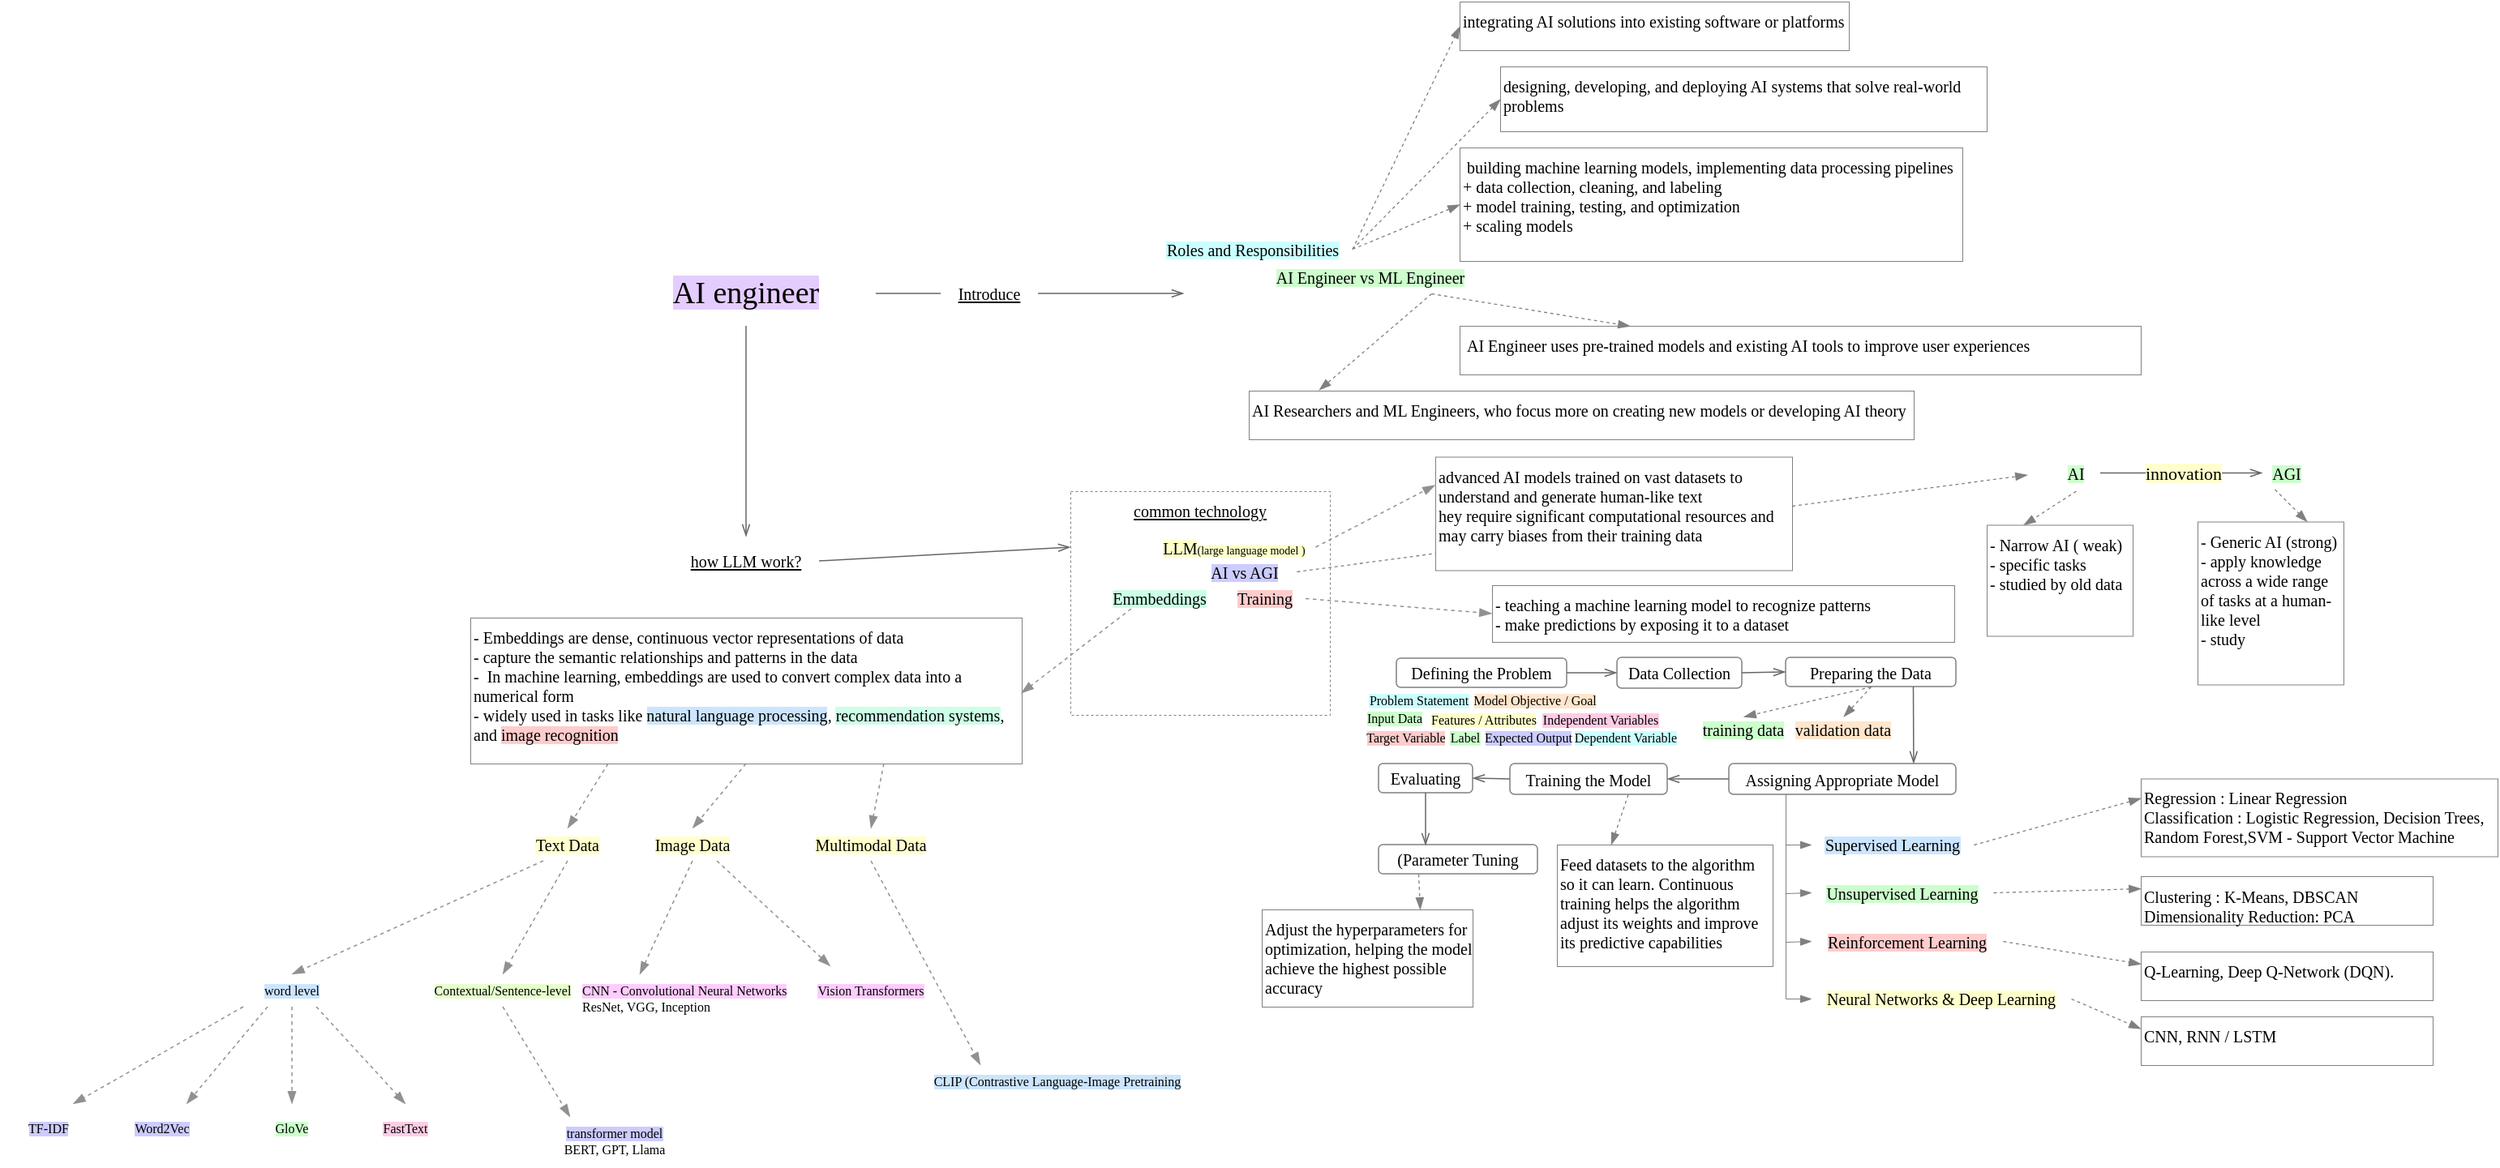
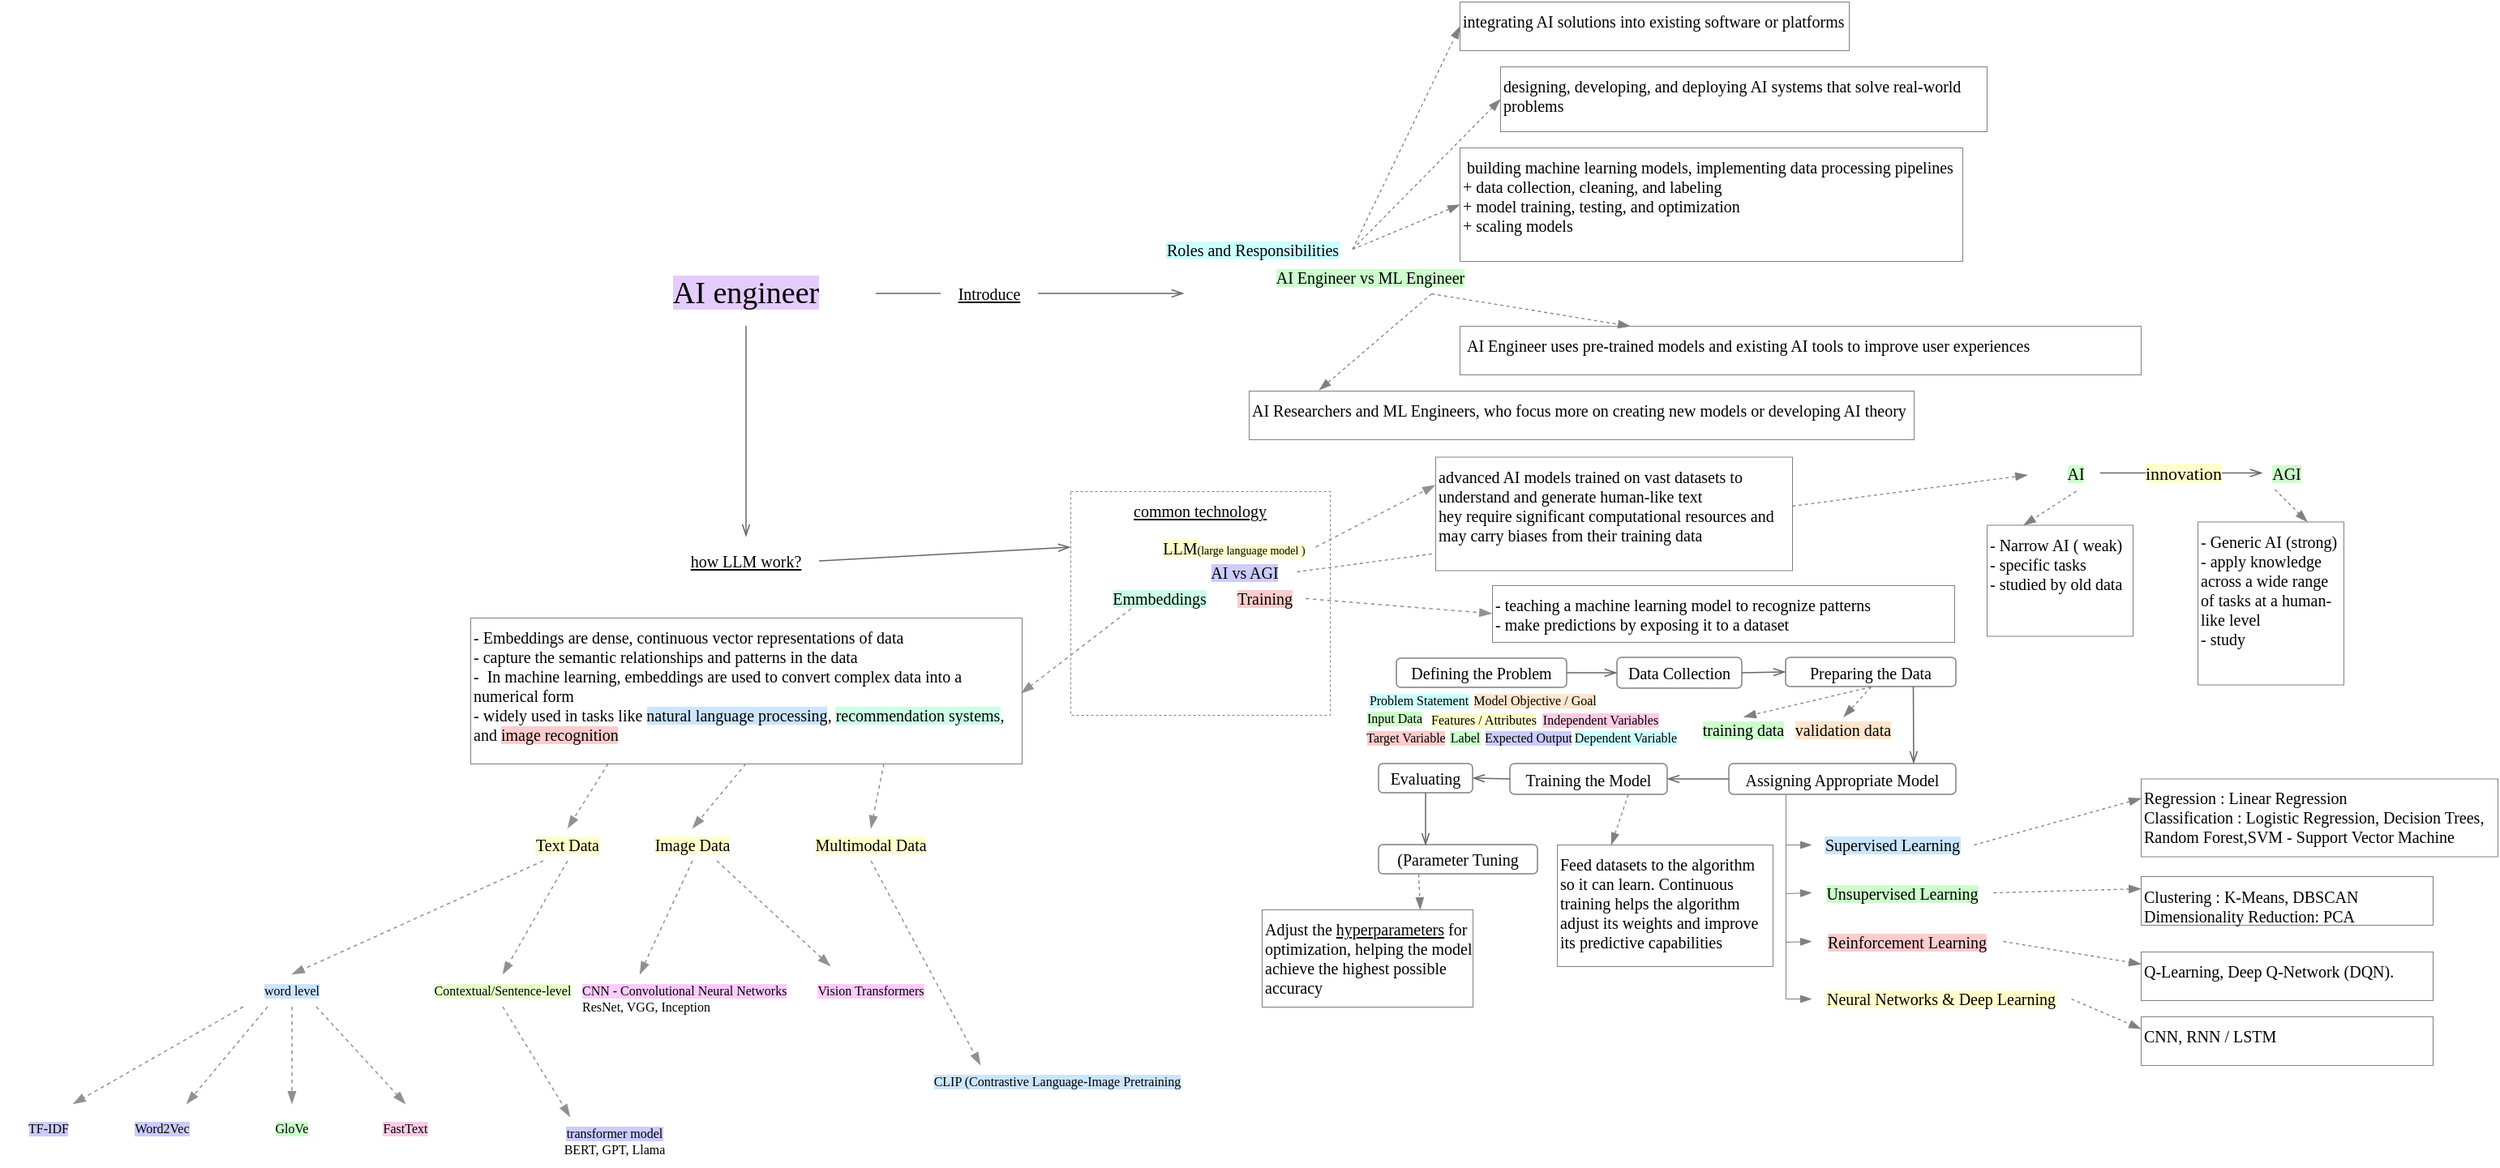
<mxfile host="app.diagrams.net" agent="Mozilla/5.0 (Macintosh; Intel Mac OS X 10_15_7) AppleWebKit/537.36 (KHTML, like Gecko) draw.io/29.3.0 Chrome/140.0.7339.249 Electron/38.7.2 Safari/537.36">
  <diagram name="Page-1" id="n3nyEJ4kgbD7jWuKOy95">
-     <mxGraphModel dx="440" dy="205" grid="1" gridSize="10" guides="1" tooltips="1" connect="1" arrows="1" fold="1" page="1" pageScale="1" pageWidth="827" pageHeight="1169" math="0" shadow="0">
+     <mxGraphModel dx="514" dy="240" grid="1" gridSize="10" guides="1" tooltips="1" connect="1" arrows="1" fold="1" page="1" pageScale="1" pageWidth="827" pageHeight="1169" math="0" shadow="0">
      <root>
        <mxCell id="0" />
        <mxCell id="1" parent="0" />
        <mxCell id="48Jv2C9wjBzbgeSbcpPr-1" parent="1" style="text;html=1;whiteSpace=wrap;strokeColor=none;fillColor=none;align=center;verticalAlign=middle;rounded=0;fontFamily=Comic Sans MS;fontSize=19;" value="&lt;span style=&quot;background-color: rgb(229, 204, 255);&quot;&gt;AI engineer&lt;/span&gt;" vertex="1">
          <mxGeometry height="40" width="160" x="400" y="360" as="geometry" />
        </mxCell>
        <mxCell id="48Jv2C9wjBzbgeSbcpPr-3" parent="1" style="text;html=1;whiteSpace=wrap;strokeColor=none;fillColor=none;align=center;verticalAlign=middle;rounded=0;fontFamily=Comic Sans MS;fontSize=10;fontStyle=4" value="how LLM work?" vertex="1">
          <mxGeometry height="30" width="90" x="435" y="530" as="geometry" />
        </mxCell>
        <mxCell id="48Jv2C9wjBzbgeSbcpPr-6" edge="1" parent="1" source="48Jv2C9wjBzbgeSbcpPr-1" style="endArrow=openThin;html=1;rounded=0;strokeWidth=0.75;endFill=0;strokeColor=#666666;exitX=0.5;exitY=1;exitDx=0;exitDy=0;entryX=0.5;entryY=0;entryDx=0;entryDy=0;fontFamily=Comic Sans MS;" target="48Jv2C9wjBzbgeSbcpPr-3" value="">
          <mxGeometry height="50" relative="1" width="50" as="geometry">
            <mxPoint x="390" y="450" as="sourcePoint" />
            <mxPoint x="440" y="400" as="targetPoint" />
          </mxGeometry>
        </mxCell>
        <mxCell id="48Jv2C9wjBzbgeSbcpPr-8" parent="1" style="text;html=1;whiteSpace=wrap;strokeColor=none;fillColor=none;align=center;verticalAlign=middle;rounded=0;fontFamily=Comic Sans MS;fontSize=10;fontStyle=4" value="Introduce" vertex="1">
          <mxGeometry height="30" width="60" x="600" y="365" as="geometry" />
        </mxCell>
        <mxCell id="48Jv2C9wjBzbgeSbcpPr-9" edge="1" parent="1" source="48Jv2C9wjBzbgeSbcpPr-1" style="endArrow=none;html=1;rounded=0;strokeWidth=0.75;endFill=0;strokeColor=#666666;entryX=0;entryY=0.5;entryDx=0;entryDy=0;exitX=1;exitY=0.5;exitDx=0;exitDy=0;fontFamily=Comic Sans MS;" target="48Jv2C9wjBzbgeSbcpPr-8" value="">
          <mxGeometry height="50" relative="1" width="50" as="geometry">
            <mxPoint x="390" y="450" as="sourcePoint" />
            <mxPoint x="440" y="400" as="targetPoint" />
          </mxGeometry>
        </mxCell>
        <mxCell id="48Jv2C9wjBzbgeSbcpPr-11" edge="1" parent="1" source="48Jv2C9wjBzbgeSbcpPr-8" style="endArrow=openThin;html=1;rounded=0;strokeWidth=0.75;endFill=0;strokeColor=#666666;exitX=1;exitY=0.5;exitDx=0;exitDy=0;fontFamily=Comic Sans MS;" value="">
          <mxGeometry height="50" relative="1" width="50" as="geometry">
            <mxPoint x="590" y="450" as="sourcePoint" />
            <mxPoint x="750" y="380" as="targetPoint" />
          </mxGeometry>
        </mxCell>
        <mxCell id="48Jv2C9wjBzbgeSbcpPr-13" parent="1" style="text;html=1;whiteSpace=wrap;strokeColor=none;fillColor=none;align=center;verticalAlign=middle;rounded=0;fontFamily=Comic Sans MS;fontSize=10;" value="&lt;div&gt;&lt;span style=&quot;background-color: rgb(204, 255, 255);&quot;&gt;Roles and Responsibilities&lt;/span&gt;&lt;/div&gt;" vertex="1">
          <mxGeometry height="15" width="122.5" x="731.25" y="345" as="geometry" />
        </mxCell>
        <mxCell id="48Jv2C9wjBzbgeSbcpPr-14" parent="1" style="rounded=0;whiteSpace=wrap;html=1;fontFamily=Comic Sans MS;strokeWidth=0.5;strokeColor=#808080;align=left;verticalAlign=top;fontSize=10;" value="designing, developing, and deploying AI systems that solve real-world problems" vertex="1">
          <mxGeometry height="40" width="300" x="945" y="240" as="geometry" />
        </mxCell>
        <mxCell id="48Jv2C9wjBzbgeSbcpPr-15" parent="1" style="rounded=0;whiteSpace=wrap;html=1;fontFamily=Comic Sans MS;strokeWidth=0.5;strokeColor=#808080;align=left;verticalAlign=top;fontSize=10;" value="&amp;nbsp;building machine learning models, implementing data processing pipelines&lt;div&gt;+&amp;nbsp;data collection, cleaning, and labeling&lt;/div&gt;&lt;div&gt;+&amp;nbsp;model training, testing, and optimization&lt;/div&gt;&lt;div&gt;+&amp;nbsp;scaling models&lt;/div&gt;" vertex="1">
          <mxGeometry height="70" width="310" x="920" y="290" as="geometry" />
        </mxCell>
        <mxCell id="48Jv2C9wjBzbgeSbcpPr-16" parent="1" style="rounded=0;whiteSpace=wrap;html=1;fontFamily=Comic Sans MS;strokeWidth=0.5;strokeColor=#808080;align=left;verticalAlign=top;fontSize=10;" value="integrating AI solutions into existing software or platforms" vertex="1">
          <mxGeometry height="30" width="240" x="920" y="200" as="geometry" />
        </mxCell>
        <mxCell id="48Jv2C9wjBzbgeSbcpPr-17" edge="1" parent="1" source="48Jv2C9wjBzbgeSbcpPr-13" style="endArrow=blockThin;html=1;rounded=0;strokeColor=#808080;endFill=1;strokeWidth=0.65;exitX=1;exitY=0.5;exitDx=0;exitDy=0;entryX=0;entryY=0.5;entryDx=0;entryDy=0;dashed=1;fontFamily=Comic Sans MS;" target="48Jv2C9wjBzbgeSbcpPr-15" value="">
          <mxGeometry height="50" relative="1" width="50" as="geometry">
            <mxPoint x="945" y="330" as="sourcePoint" />
            <mxPoint x="920" y="290" as="targetPoint" />
          </mxGeometry>
        </mxCell>
        <mxCell id="48Jv2C9wjBzbgeSbcpPr-18" edge="1" parent="1" source="48Jv2C9wjBzbgeSbcpPr-13" style="endArrow=blockThin;html=1;rounded=0;strokeColor=#808080;endFill=1;strokeWidth=0.65;exitX=1;exitY=0.5;exitDx=0;exitDy=0;entryX=0;entryY=0.5;entryDx=0;entryDy=0;dashed=1;fontFamily=Comic Sans MS;" target="48Jv2C9wjBzbgeSbcpPr-14" value="">
          <mxGeometry height="50" relative="1" width="50" as="geometry">
            <mxPoint x="945" y="330" as="sourcePoint" />
            <mxPoint x="920" y="290" as="targetPoint" />
          </mxGeometry>
        </mxCell>
        <mxCell id="48Jv2C9wjBzbgeSbcpPr-19" edge="1" parent="1" source="48Jv2C9wjBzbgeSbcpPr-13" style="endArrow=blockThin;html=1;rounded=0;strokeColor=#808080;endFill=1;strokeWidth=0.65;exitX=1;exitY=0.5;exitDx=0;exitDy=0;entryX=0;entryY=0.5;entryDx=0;entryDy=0;dashed=1;fontFamily=Comic Sans MS;" target="48Jv2C9wjBzbgeSbcpPr-16" value="">
          <mxGeometry height="50" relative="1" width="50" as="geometry">
            <mxPoint x="945" y="330" as="sourcePoint" />
            <mxPoint x="920" y="290" as="targetPoint" />
          </mxGeometry>
        </mxCell>
        <mxCell id="48Jv2C9wjBzbgeSbcpPr-20" parent="1" style="text;html=1;whiteSpace=wrap;strokeColor=none;fillColor=none;align=center;verticalAlign=middle;rounded=0;fontFamily=Comic Sans MS;fontSize=10;" value="&lt;span style=&quot;background-color: rgb(204, 255, 204);&quot;&gt;AI Engineer vs ML Engineer&lt;/span&gt;" vertex="1">
          <mxGeometry height="20" width="150" x="790" y="360" as="geometry" />
        </mxCell>
        <mxCell id="48Jv2C9wjBzbgeSbcpPr-21" parent="1" style="rounded=0;whiteSpace=wrap;html=1;fontFamily=Comic Sans MS;strokeWidth=0.5;strokeColor=#808080;align=left;verticalAlign=top;fontSize=10;" value="&amp;nbsp;AI Engineer uses pre-trained models and existing AI tools to improve user experiences" vertex="1">
          <mxGeometry height="30" width="420" x="920" y="400" as="geometry" />
        </mxCell>
        <mxCell id="48Jv2C9wjBzbgeSbcpPr-22" parent="1" style="rounded=0;whiteSpace=wrap;html=1;fontFamily=Comic Sans MS;strokeWidth=0.5;strokeColor=#808080;align=left;verticalAlign=top;fontSize=10;" value="AI Researchers and ML Engineers, who focus more on creating new models or developing AI theory" vertex="1">
          <mxGeometry height="30" width="410" x="790" y="440" as="geometry" />
        </mxCell>
        <mxCell id="48Jv2C9wjBzbgeSbcpPr-23" edge="1" parent="1" source="48Jv2C9wjBzbgeSbcpPr-20" style="endArrow=blockThin;html=1;rounded=0;strokeColor=#808080;endFill=1;strokeWidth=0.65;exitX=0.75;exitY=1;exitDx=0;exitDy=0;entryX=0.25;entryY=0;entryDx=0;entryDy=0;dashed=1;fontFamily=Comic Sans MS;" target="48Jv2C9wjBzbgeSbcpPr-21" value="">
          <mxGeometry height="50" relative="1" width="50" as="geometry">
            <mxPoint x="705" y="330" as="sourcePoint" />
            <mxPoint x="680" y="290" as="targetPoint" />
          </mxGeometry>
        </mxCell>
        <mxCell id="48Jv2C9wjBzbgeSbcpPr-24" edge="1" parent="1" source="48Jv2C9wjBzbgeSbcpPr-20" style="endArrow=blockThin;html=1;rounded=0;strokeColor=#808080;endFill=1;strokeWidth=0.65;exitX=0.75;exitY=1;exitDx=0;exitDy=0;entryX=0.105;entryY=-0.017;entryDx=0;entryDy=0;dashed=1;entryPerimeter=0;fontFamily=Comic Sans MS;" target="48Jv2C9wjBzbgeSbcpPr-22" value="">
          <mxGeometry height="50" relative="1" width="50" as="geometry">
            <mxPoint x="705" y="330" as="sourcePoint" />
            <mxPoint x="680" y="290" as="targetPoint" />
          </mxGeometry>
        </mxCell>
        <mxCell id="48Jv2C9wjBzbgeSbcpPr-25" parent="1" style="rounded=0;whiteSpace=wrap;html=1;fontFamily=Comic Sans MS;strokeWidth=0.5;strokeColor=#808080;align=center;verticalAlign=top;fontSize=10;dashed=1;" value="&lt;u&gt;common technology&lt;/u&gt;&lt;div&gt;&lt;br&gt;&lt;/div&gt;" vertex="1">
          <mxGeometry height="138" width="160" x="680" y="502" as="geometry" />
        </mxCell>
        <mxCell id="48Jv2C9wjBzbgeSbcpPr-27" parent="1" style="text;html=1;whiteSpace=wrap;strokeColor=none;fillColor=none;align=center;verticalAlign=middle;rounded=0;fontFamily=Comic Sans MS;fontSize=10;" value="&lt;span&gt;&lt;span style=&quot;background-color: light-dark(rgb(204, 204, 255), rgb(0, 43, 0));&quot;&gt;AI vs AGI&lt;/span&gt;&lt;br&gt;&lt;/span&gt;" vertex="1">
          <mxGeometry height="10" width="65" x="754.5" y="546.5" as="geometry" />
        </mxCell>
        <mxCell id="48Jv2C9wjBzbgeSbcpPr-28" edge="1" parent="1" source="48Jv2C9wjBzbgeSbcpPr-3" style="endArrow=openThin;html=1;rounded=0;strokeWidth=0.75;endFill=0;strokeColor=#666666;exitX=1;exitY=0.5;exitDx=0;exitDy=0;entryX=0;entryY=0.25;entryDx=0;entryDy=0;fontFamily=Comic Sans MS;" target="48Jv2C9wjBzbgeSbcpPr-25" value="">
          <mxGeometry height="50" relative="1" width="50" as="geometry">
            <mxPoint x="670" y="630" as="sourcePoint" />
            <mxPoint x="720" y="580" as="targetPoint" />
          </mxGeometry>
        </mxCell>
        <mxCell id="48Jv2C9wjBzbgeSbcpPr-31" edge="1" parent="1" source="48Jv2C9wjBzbgeSbcpPr-27" style="endArrow=blockThin;html=1;rounded=0;strokeColor=#808080;endFill=1;strokeWidth=0.65;exitX=1;exitY=0.5;exitDx=0;exitDy=0;dashed=1;fontFamily=Comic Sans MS;entryX=0;entryY=0.5;entryDx=0;entryDy=0;" value="">
          <mxGeometry height="50" relative="1" width="50" as="geometry">
            <mxPoint x="810" y="536" as="sourcePoint" />
            <mxPoint x="1270" y="491.7500000000001" as="targetPoint" />
          </mxGeometry>
        </mxCell>
        <mxCell id="48Jv2C9wjBzbgeSbcpPr-32" parent="1" style="text;html=1;whiteSpace=wrap;strokeColor=none;fillColor=none;align=center;verticalAlign=middle;rounded=0;fontFamily=Comic Sans MS;fontSize=10;" value="&lt;span style=&quot;background-color: rgb(204, 255, 204);&quot;&gt;&lt;span style=&quot;background-color: light-dark(rgb(204, 255, 204), rgb(0, 43, 0));&quot;&gt;AI&lt;/span&gt;&lt;br&gt;&lt;/span&gt;" vertex="1">
          <mxGeometry height="22" width="30" x="1285" y="479.75" as="geometry" />
        </mxCell>
        <mxCell id="48Jv2C9wjBzbgeSbcpPr-34" parent="1" style="text;html=1;whiteSpace=wrap;strokeColor=none;fillColor=none;align=center;verticalAlign=middle;rounded=0;fontFamily=Comic Sans MS;fontSize=10;" value="&lt;span style=&quot;background-color: rgb(204, 255, 204);&quot;&gt;AGI&lt;/span&gt;" vertex="1">
          <mxGeometry height="20" width="30" x="1415" y="480.75" as="geometry" />
        </mxCell>
        <mxCell id="48Jv2C9wjBzbgeSbcpPr-35" edge="1" parent="1" source="48Jv2C9wjBzbgeSbcpPr-32" style="endArrow=openThin;html=1;rounded=0;strokeWidth=0.75;endFill=0;strokeColor=#666666;exitX=1;exitY=0.5;exitDx=0;exitDy=0;fontFamily=Comic Sans MS;" target="48Jv2C9wjBzbgeSbcpPr-34" value="">
          <mxGeometry height="50" relative="1" width="50" as="geometry">
            <mxPoint x="1325" y="612.75" as="sourcePoint" />
            <mxPoint x="1375" y="562.75" as="targetPoint" />
          </mxGeometry>
        </mxCell>
        <mxCell id="48Jv2C9wjBzbgeSbcpPr-36" connectable="0" parent="48Jv2C9wjBzbgeSbcpPr-35" style="edgeLabel;html=1;align=center;verticalAlign=middle;resizable=0;points=[];fontFamily=Comic Sans MS;" value="&lt;span style=&quot;background-color: rgb(255, 255, 204);&quot;&gt;innovation&lt;/span&gt;" vertex="1">
          <mxGeometry relative="1" x="-0.312" as="geometry">
            <mxPoint x="16" as="offset" />
          </mxGeometry>
        </mxCell>
        <mxCell id="48Jv2C9wjBzbgeSbcpPr-37" parent="1" style="rounded=0;whiteSpace=wrap;html=1;fontFamily=Comic Sans MS;strokeWidth=0.5;strokeColor=#808080;align=left;verticalAlign=top;fontSize=10;" value="- Narrow AI ( weak)&lt;div&gt;-&amp;nbsp;specific tasks&lt;/div&gt;&lt;div&gt;- studied by old data&lt;/div&gt;" vertex="1">
          <mxGeometry height="68.5" width="90" x="1245" y="522.75" as="geometry" />
        </mxCell>
        <mxCell id="48Jv2C9wjBzbgeSbcpPr-38" parent="1" style="rounded=0;whiteSpace=wrap;html=1;fontFamily=Comic Sans MS;strokeWidth=0.5;strokeColor=#808080;align=left;verticalAlign=top;fontSize=10;" value="- Generic AI (strong)&lt;div&gt;-&amp;nbsp;apply knowledge across a wide range of tasks at a human-like level&lt;/div&gt;&lt;div&gt;- study&amp;nbsp;&lt;/div&gt;" vertex="1">
          <mxGeometry height="100.5" width="90" x="1375" y="520.75" as="geometry" />
        </mxCell>
        <mxCell id="48Jv2C9wjBzbgeSbcpPr-39" edge="1" parent="1" source="48Jv2C9wjBzbgeSbcpPr-34" style="endArrow=blockThin;html=1;rounded=0;strokeColor=#808080;endFill=1;strokeWidth=0.65;exitX=0.25;exitY=1;exitDx=0;exitDy=0;entryX=0.75;entryY=0;entryDx=0;entryDy=0;dashed=1;" target="48Jv2C9wjBzbgeSbcpPr-38" value="">
          <mxGeometry height="50" relative="1" width="50" as="geometry">
            <mxPoint x="1390" y="580.75" as="sourcePoint" />
            <mxPoint x="1365" y="540.75" as="targetPoint" />
          </mxGeometry>
        </mxCell>
        <mxCell id="48Jv2C9wjBzbgeSbcpPr-41" edge="1" parent="1" source="48Jv2C9wjBzbgeSbcpPr-32" style="endArrow=blockThin;html=1;rounded=0;strokeColor=#808080;endFill=1;strokeWidth=0.65;exitX=0.5;exitY=1;exitDx=0;exitDy=0;entryX=0.25;entryY=0;entryDx=0;entryDy=0;dashed=1;" target="48Jv2C9wjBzbgeSbcpPr-37" value="">
          <mxGeometry height="50" relative="1" width="50" as="geometry">
            <mxPoint x="1390" y="582.75" as="sourcePoint" />
            <mxPoint x="1365" y="542.75" as="targetPoint" />
          </mxGeometry>
        </mxCell>
        <mxCell id="4Kx2ZGOmUHy-jwn0eLsE-1" parent="1" style="text;html=1;whiteSpace=wrap;strokeColor=none;fillColor=none;align=center;verticalAlign=middle;rounded=0;" value="&lt;font face=&quot;Comic Sans MS&quot; style=&quot;background-color: rgb(255, 255, 204); font-size: 10px;&quot;&gt;LLM&lt;/font&gt;&lt;span style=&quot;background-color: rgb(255, 255, 204); font-size: 7px; font-family: &amp;quot;Comic Sans MS&amp;quot;; color: light-dark(rgb(0, 0, 0), rgb(255, 255, 255));&quot;&gt;(large language model )&lt;/span&gt;" vertex="1">
          <mxGeometry height="20" width="100" x="731.25" y="526.5" as="geometry" />
        </mxCell>
        <mxCell id="4Kx2ZGOmUHy-jwn0eLsE-2" parent="1" style="rounded=0;whiteSpace=wrap;html=1;align=left;verticalAlign=top;fontFamily=Comic Sans MS;strokeWidth=0.5;fontSize=10;strokeColor=#808080;" value="&lt;div&gt;&lt;div&gt;&lt;span style=&quot;background-color: transparent;&quot;&gt;advanced AI models trained on vast datasets to understand and generate human-like text&lt;/span&gt;&lt;/div&gt;&lt;/div&gt;&lt;div&gt;&lt;span style=&quot;background-color: transparent;&quot;&gt;hey require significant computational resources and may carry biases from their training data&lt;/span&gt;&lt;/div&gt;" vertex="1">
          <mxGeometry height="70" width="220" x="905" y="480.75" as="geometry" />
        </mxCell>
        <mxCell id="4Kx2ZGOmUHy-jwn0eLsE-3" edge="1" parent="1" source="4Kx2ZGOmUHy-jwn0eLsE-1" style="endArrow=blockThin;html=1;rounded=0;endFill=1;strokeColor=light-dark(#929090, #ededed);strokeWidth=0.75;dashed=1;exitX=1;exitY=0.5;exitDx=0;exitDy=0;entryX=0;entryY=0.25;entryDx=0;entryDy=0;" target="4Kx2ZGOmUHy-jwn0eLsE-2" value="">
          <mxGeometry height="50" relative="1" width="50" as="geometry">
            <mxPoint x="710" y="550" as="sourcePoint" />
            <mxPoint x="760" y="500" as="targetPoint" />
          </mxGeometry>
        </mxCell>
        <mxCell id="4Kx2ZGOmUHy-jwn0eLsE-4" parent="1" style="text;html=1;whiteSpace=wrap;strokeColor=none;fillColor=none;align=center;verticalAlign=middle;rounded=0;fontFamily=Comic Sans MS;fontSize=10;" value="&lt;span&gt;&lt;span style=&quot;background-color: light-dark(rgb(204, 255, 230), rgb(0, 43, 0));&quot;&gt;Emmbeddings&lt;/span&gt;&lt;br&gt;&lt;/span&gt;" vertex="1">
          <mxGeometry height="14" width="70" x="700" y="560.5" as="geometry" />
        </mxCell>
        <mxCell id="4Kx2ZGOmUHy-jwn0eLsE-5" parent="1" style="rounded=0;whiteSpace=wrap;html=1;align=left;verticalAlign=top;fontFamily=Comic Sans MS;strokeWidth=0.5;fontSize=10;strokeColor=#808080;" value="&lt;div&gt;&lt;div&gt;&lt;span style=&quot;background-color: transparent;&quot;&gt;- Embeddings are dense, continuous vector representations of data&lt;/span&gt;&lt;/div&gt;&lt;/div&gt;&lt;div&gt;&lt;span style=&quot;background-color: transparent;&quot;&gt;-&amp;nbsp;&lt;/span&gt;&lt;span style=&quot;background-color: transparent;&quot;&gt;capture the semantic relationships and patterns in the data&lt;/span&gt;&lt;/div&gt;&lt;div&gt;&lt;span style=&quot;background-color: transparent;&quot;&gt;-&amp;nbsp;&lt;/span&gt;&lt;span style=&quot;background-color: transparent;&quot;&gt;&amp;nbsp;In machine learning, embeddings are used to convert complex data into a numerical form&lt;/span&gt;&lt;/div&gt;&lt;div&gt;&lt;span style=&quot;background-color: transparent;&quot;&gt;-&amp;nbsp;&lt;/span&gt;&lt;span style=&quot;background-color: transparent;&quot;&gt;widely used in tasks like &lt;/span&gt;&lt;span style=&quot;background-color: rgb(204, 229, 255);&quot;&gt;natural language processing&lt;/span&gt;&lt;span style=&quot;background-color: transparent;&quot;&gt;, &lt;/span&gt;&lt;span style=&quot;background-color: rgb(204, 255, 230);&quot;&gt;recommendation systems&lt;/span&gt;&lt;span style=&quot;background-color: transparent;&quot;&gt;, and &lt;/span&gt;&lt;span style=&quot;background-color: rgb(255, 204, 204);&quot;&gt;image recognition&lt;/span&gt;&lt;/div&gt;" vertex="1">
          <mxGeometry height="90" width="340" x="310" y="580" as="geometry" />
        </mxCell>
        <mxCell id="4Kx2ZGOmUHy-jwn0eLsE-6" parent="1" style="text;html=1;whiteSpace=wrap;strokeColor=none;fillColor=none;align=center;verticalAlign=middle;rounded=0;fontSize=10;" value="&lt;font face=&quot;Comic Sans MS&quot; style=&quot;background-color: rgb(255, 204, 204);&quot;&gt;Training&lt;/font&gt;" vertex="1">
          <mxGeometry height="13.5" width="50" x="775" y="561.5" as="geometry" />
        </mxCell>
        <mxCell id="4Kx2ZGOmUHy-jwn0eLsE-7" edge="1" parent="1" source="4Kx2ZGOmUHy-jwn0eLsE-4" style="endArrow=blockThin;html=1;rounded=0;endFill=1;strokeColor=light-dark(#929090, #ededed);strokeWidth=0.75;dashed=1;exitX=0.25;exitY=1;exitDx=0;exitDy=0;entryX=0.999;entryY=0.518;entryDx=0;entryDy=0;entryPerimeter=0;" target="4Kx2ZGOmUHy-jwn0eLsE-5" value="">
          <mxGeometry height="50" relative="1" width="50" as="geometry">
            <mxPoint x="620" y="640" as="sourcePoint" />
            <mxPoint x="670" y="590" as="targetPoint" />
          </mxGeometry>
        </mxCell>
        <mxCell id="4Kx2ZGOmUHy-jwn0eLsE-8" parent="1" style="rounded=0;whiteSpace=wrap;html=1;align=left;verticalAlign=top;fontFamily=Comic Sans MS;strokeWidth=0.5;fontSize=10;strokeColor=#808080;" value="&lt;div&gt;&lt;span style=&quot;background-color: transparent; color: light-dark(rgb(0, 0, 0), rgb(255, 255, 255));&quot;&gt;-&amp;nbsp;teaching a machine learning model to recognize patterns&lt;/span&gt;&lt;/div&gt;&lt;div&gt;-&amp;nbsp;make predictions by exposing it to a dataset&lt;/div&gt;" vertex="1">
          <mxGeometry height="35" width="285" x="940" y="560" as="geometry" />
        </mxCell>
        <mxCell id="4Kx2ZGOmUHy-jwn0eLsE-10" edge="1" parent="1" source="4Kx2ZGOmUHy-jwn0eLsE-6" style="endArrow=blockThin;html=1;rounded=0;endFill=1;strokeColor=light-dark(#929090, #ededed);strokeWidth=0.75;dashed=1;exitX=1;exitY=0.5;exitDx=0;exitDy=0;entryX=0;entryY=0.5;entryDx=0;entryDy=0;" target="4Kx2ZGOmUHy-jwn0eLsE-8" value="">
          <mxGeometry height="50" relative="1" width="50" as="geometry">
            <mxPoint x="950" y="590" as="sourcePoint" />
            <mxPoint x="1000" y="540" as="targetPoint" />
          </mxGeometry>
        </mxCell>
        <mxCell id="4Kx2ZGOmUHy-jwn0eLsE-11" parent="1" style="text;html=1;whiteSpace=wrap;strokeColor=none;fillColor=none;align=center;verticalAlign=middle;rounded=0;fontSize=10;" value="&lt;font face=&quot;Comic Sans MS&quot; style=&quot;background-color: rgb(255, 255, 204);&quot;&gt;Text Data&lt;/font&gt;" vertex="1">
          <mxGeometry height="20" width="60" x="340" y="710" as="geometry" />
        </mxCell>
        <mxCell id="4Kx2ZGOmUHy-jwn0eLsE-12" parent="1" style="text;html=1;whiteSpace=wrap;strokeColor=none;fillColor=none;align=center;verticalAlign=middle;rounded=0;fontSize=10;" value="&lt;font face=&quot;Comic Sans MS&quot; style=&quot;background-color: rgb(255, 255, 204);&quot;&gt;Image Data&lt;/font&gt;" vertex="1">
          <mxGeometry height="20" width="60" x="417" y="710" as="geometry" />
        </mxCell>
        <mxCell id="4Kx2ZGOmUHy-jwn0eLsE-13" parent="1" style="text;html=1;whiteSpace=wrap;strokeColor=none;fillColor=none;align=center;verticalAlign=middle;rounded=0;fontSize=10;" value="&lt;font face=&quot;Comic Sans MS&quot; style=&quot;background-color: rgb(255, 255, 204);&quot;&gt;Multimodal&amp;nbsp;Data&lt;/font&gt;" vertex="1">
          <mxGeometry height="20" width="60" x="527" y="710" as="geometry" />
        </mxCell>
        <mxCell id="4Kx2ZGOmUHy-jwn0eLsE-14" edge="1" parent="1" source="4Kx2ZGOmUHy-jwn0eLsE-5" style="endArrow=blockThin;html=1;rounded=0;endFill=1;strokeColor=light-dark(#929090, #ededed);strokeWidth=0.75;dashed=1;entryX=0.5;entryY=0;entryDx=0;entryDy=0;exitX=0.75;exitY=1;exitDx=0;exitDy=0;" target="4Kx2ZGOmUHy-jwn0eLsE-13" value="">
          <mxGeometry height="50" relative="1" width="50" as="geometry">
            <mxPoint x="410" y="700" as="sourcePoint" />
            <mxPoint x="460" y="650" as="targetPoint" />
          </mxGeometry>
        </mxCell>
        <mxCell id="4Kx2ZGOmUHy-jwn0eLsE-15" edge="1" parent="1" source="4Kx2ZGOmUHy-jwn0eLsE-5" style="endArrow=blockThin;html=1;rounded=0;endFill=1;strokeColor=light-dark(#929090, #ededed);strokeWidth=0.75;dashed=1;entryX=0.5;entryY=0;entryDx=0;entryDy=0;exitX=0.5;exitY=1;exitDx=0;exitDy=0;" target="4Kx2ZGOmUHy-jwn0eLsE-12" value="">
          <mxGeometry height="50" relative="1" width="50" as="geometry">
            <mxPoint x="410" y="700" as="sourcePoint" />
            <mxPoint x="460" y="650" as="targetPoint" />
          </mxGeometry>
        </mxCell>
        <mxCell id="4Kx2ZGOmUHy-jwn0eLsE-16" edge="1" parent="1" source="4Kx2ZGOmUHy-jwn0eLsE-5" style="endArrow=blockThin;html=1;rounded=0;endFill=1;strokeColor=light-dark(#929090, #ededed);strokeWidth=0.75;dashed=1;entryX=0.5;entryY=0;entryDx=0;entryDy=0;exitX=0.25;exitY=1;exitDx=0;exitDy=0;" target="4Kx2ZGOmUHy-jwn0eLsE-11" value="">
          <mxGeometry height="50" relative="1" width="50" as="geometry">
            <mxPoint x="410" y="700" as="sourcePoint" />
            <mxPoint x="460" y="650" as="targetPoint" />
          </mxGeometry>
        </mxCell>
        <mxCell id="4Kx2ZGOmUHy-jwn0eLsE-17" parent="1" style="text;html=1;whiteSpace=wrap;strokeColor=none;fillColor=none;align=center;verticalAlign=middle;rounded=0;fontSize=8;" value="&lt;font face=&quot;Comic Sans MS&quot; style=&quot;background-color: rgb(204, 229, 255);&quot;&gt;word level&lt;/font&gt;" vertex="1">
          <mxGeometry height="20" width="60" x="170" y="800" as="geometry" />
        </mxCell>
        <mxCell id="4Kx2ZGOmUHy-jwn0eLsE-18" parent="1" style="text;html=1;whiteSpace=wrap;strokeColor=none;fillColor=none;align=center;verticalAlign=middle;rounded=0;fontSize=8;fontStyle=0" value="&lt;font face=&quot;Comic Sans MS&quot; style=&quot;background-color: rgb(204, 204, 255);&quot;&gt;Word2Vec&lt;/font&gt;" vertex="1">
          <mxGeometry height="30" width="60" x="90" y="879.9999999999995" as="geometry" />
        </mxCell>
        <mxCell id="4Kx2ZGOmUHy-jwn0eLsE-19" parent="1" style="text;html=1;whiteSpace=wrap;strokeColor=none;fillColor=none;align=center;verticalAlign=middle;rounded=0;fontSize=8;fontStyle=0" value="&lt;font face=&quot;Comic Sans MS&quot; style=&quot;background-color: rgb(204, 255, 204);&quot;&gt;GloVe&lt;/font&gt;" vertex="1">
          <mxGeometry height="30" width="60" x="170" y="879.9999999999995" as="geometry" />
        </mxCell>
        <mxCell id="4Kx2ZGOmUHy-jwn0eLsE-20" parent="1" style="text;html=1;whiteSpace=wrap;strokeColor=none;fillColor=none;align=center;verticalAlign=middle;rounded=0;fontSize=8;fontStyle=0" value="&lt;font face=&quot;Comic Sans MS&quot; style=&quot;background-color: rgb(255, 204, 230);&quot;&gt;FastText&lt;/font&gt;" vertex="1">
          <mxGeometry height="30" width="60" x="240" y="879.9999999999995" as="geometry" />
        </mxCell>
        <mxCell id="4Kx2ZGOmUHy-jwn0eLsE-21" edge="1" parent="1" source="4Kx2ZGOmUHy-jwn0eLsE-17" style="endArrow=blockThin;html=1;rounded=0;endFill=1;strokeColor=light-dark(#929090, #ededed);strokeWidth=0.75;dashed=1;exitX=0.75;exitY=1;exitDx=0;exitDy=0;entryX=0.5;entryY=0;entryDx=0;entryDy=0;fontSize=8;" target="4Kx2ZGOmUHy-jwn0eLsE-20" value="">
          <mxGeometry height="50" relative="1" width="50" as="geometry">
            <mxPoint x="270" y="840" as="sourcePoint" />
            <mxPoint x="320" y="790" as="targetPoint" />
          </mxGeometry>
        </mxCell>
        <mxCell id="4Kx2ZGOmUHy-jwn0eLsE-22" edge="1" parent="1" source="4Kx2ZGOmUHy-jwn0eLsE-17" style="endArrow=blockThin;html=1;rounded=0;endFill=1;strokeColor=light-dark(#929090, #ededed);strokeWidth=0.75;dashed=1;exitX=0.5;exitY=1;exitDx=0;exitDy=0;fontSize=8;" target="4Kx2ZGOmUHy-jwn0eLsE-19" value="">
          <mxGeometry height="50" relative="1" width="50" as="geometry">
            <mxPoint x="240" y="840" as="sourcePoint" />
            <mxPoint x="295" y="900" as="targetPoint" />
          </mxGeometry>
        </mxCell>
        <mxCell id="4Kx2ZGOmUHy-jwn0eLsE-23" edge="1" parent="1" source="4Kx2ZGOmUHy-jwn0eLsE-17" style="endArrow=blockThin;html=1;rounded=0;endFill=1;strokeColor=light-dark(#929090, #ededed);strokeWidth=0.75;dashed=1;exitX=0.25;exitY=1;exitDx=0;exitDy=0;entryX=0.75;entryY=0;entryDx=0;entryDy=0;fontSize=8;" target="4Kx2ZGOmUHy-jwn0eLsE-18" value="">
          <mxGeometry height="50" relative="1" width="50" as="geometry">
            <mxPoint x="190" y="830" as="sourcePoint" />
            <mxPoint x="190" y="890" as="targetPoint" />
          </mxGeometry>
        </mxCell>
        <mxCell id="4Kx2ZGOmUHy-jwn0eLsE-24" parent="1" style="text;html=1;whiteSpace=wrap;strokeColor=none;fillColor=none;align=center;verticalAlign=middle;rounded=0;fontSize=8;" value="&lt;font face=&quot;Comic Sans MS&quot; style=&quot;background-color: rgb(230, 255, 204);&quot;&gt;Contextual/Sentence-level&lt;/font&gt;" vertex="1">
          <mxGeometry height="20" width="140" x="260" y="800" as="geometry" />
        </mxCell>
        <mxCell id="4Kx2ZGOmUHy-jwn0eLsE-25" parent="1" style="text;html=1;whiteSpace=wrap;strokeColor=none;fillColor=none;align=center;verticalAlign=middle;rounded=0;fontSize=8;" value="&lt;font face=&quot;Comic Sans MS&quot;&gt;&lt;span style=&quot;background-color: rgb(204, 204, 255);&quot;&gt;transformer model&lt;/span&gt;&lt;br&gt;&lt;font&gt;BERT, GPT, Llama&lt;/font&gt;&lt;/font&gt;" vertex="1">
          <mxGeometry height="30" width="110" x="344" y="888" as="geometry" />
        </mxCell>
        <mxCell id="4Kx2ZGOmUHy-jwn0eLsE-26" edge="1" parent="1" source="4Kx2ZGOmUHy-jwn0eLsE-24" style="endArrow=blockThin;html=1;rounded=0;endFill=1;strokeColor=light-dark(#929090, #ededed);strokeWidth=0.75;dashed=1;entryX=0.25;entryY=0;entryDx=0;entryDy=0;exitX=0.5;exitY=1;exitDx=0;exitDy=0;fontSize=8;" target="4Kx2ZGOmUHy-jwn0eLsE-25" value="">
          <mxGeometry height="50" relative="1" width="50" as="geometry">
            <mxPoint x="360" y="890" as="sourcePoint" />
            <mxPoint x="410" y="840" as="targetPoint" />
          </mxGeometry>
        </mxCell>
        <mxCell id="4Kx2ZGOmUHy-jwn0eLsE-27" edge="1" parent="1" source="4Kx2ZGOmUHy-jwn0eLsE-11" style="endArrow=blockThin;html=1;rounded=0;endFill=1;strokeColor=light-dark(#929090, #ededed);strokeWidth=0.75;dashed=1;exitX=0.25;exitY=1;exitDx=0;exitDy=0;entryX=0.5;entryY=0;entryDx=0;entryDy=0;" target="4Kx2ZGOmUHy-jwn0eLsE-17" value="">
          <mxGeometry height="50" relative="1" width="50" as="geometry">
            <mxPoint x="330" y="900" as="sourcePoint" />
            <mxPoint x="380" y="850" as="targetPoint" />
          </mxGeometry>
        </mxCell>
        <mxCell id="4Kx2ZGOmUHy-jwn0eLsE-28" edge="1" parent="1" source="4Kx2ZGOmUHy-jwn0eLsE-11" style="endArrow=blockThin;html=1;rounded=0;endFill=1;strokeColor=light-dark(#929090, #ededed);strokeWidth=0.75;dashed=1;entryX=0.5;entryY=0;entryDx=0;entryDy=0;exitX=0.5;exitY=1;exitDx=0;exitDy=0;" target="4Kx2ZGOmUHy-jwn0eLsE-24" value="">
          <mxGeometry height="50" relative="1" width="50" as="geometry">
            <mxPoint x="330" y="900" as="sourcePoint" />
            <mxPoint x="380" y="850" as="targetPoint" />
          </mxGeometry>
        </mxCell>
        <mxCell id="4Kx2ZGOmUHy-jwn0eLsE-29" parent="1" style="text;html=1;whiteSpace=wrap;strokeColor=none;fillColor=none;align=left;verticalAlign=middle;rounded=0;fontSize=8;" value="&lt;font face=&quot;Comic Sans MS&quot;&gt;&lt;span style=&quot;background-color: rgb(255, 204, 255);&quot;&gt;CNN - Convolutional Neural Networks&lt;/span&gt;&lt;br&gt;&lt;span&gt;ResNet, VGG, Inception&lt;/span&gt;&lt;/font&gt;" vertex="1">
          <mxGeometry height="30" width="150" x="377" y="800" as="geometry" />
        </mxCell>
        <mxCell id="4Kx2ZGOmUHy-jwn0eLsE-30" parent="1" style="text;html=1;whiteSpace=wrap;strokeColor=none;fillColor=none;align=center;verticalAlign=middle;rounded=0;fontSize=8;" value="&lt;font face=&quot;Comic Sans MS&quot; style=&quot;background-color: rgb(255, 204, 255);&quot;&gt;Vision Transformers&lt;/font&gt;" vertex="1">
          <mxGeometry height="30" width="100" x="507" y="795" as="geometry" />
        </mxCell>
        <mxCell id="4Kx2ZGOmUHy-jwn0eLsE-31" edge="1" parent="1" source="4Kx2ZGOmUHy-jwn0eLsE-12" style="endArrow=blockThin;html=1;rounded=0;endFill=1;strokeColor=light-dark(#929090, #ededed);strokeWidth=0.75;dashed=1;exitX=0.5;exitY=1;exitDx=0;exitDy=0;entryX=0.25;entryY=0;entryDx=0;entryDy=0;" target="4Kx2ZGOmUHy-jwn0eLsE-29" value="">
          <mxGeometry height="50" relative="1" width="50" as="geometry">
            <mxPoint x="367" y="890" as="sourcePoint" />
            <mxPoint x="417" y="840" as="targetPoint" />
          </mxGeometry>
        </mxCell>
        <mxCell id="4Kx2ZGOmUHy-jwn0eLsE-32" edge="1" parent="1" source="4Kx2ZGOmUHy-jwn0eLsE-12" style="endArrow=blockThin;html=1;rounded=0;endFill=1;strokeColor=light-dark(#929090, #ededed);strokeWidth=0.75;dashed=1;entryX=0.25;entryY=0;entryDx=0;entryDy=0;exitX=0.75;exitY=1;exitDx=0;exitDy=0;" target="4Kx2ZGOmUHy-jwn0eLsE-30" value="">
          <mxGeometry height="50" relative="1" width="50" as="geometry">
            <mxPoint x="367" y="890" as="sourcePoint" />
            <mxPoint x="417" y="840" as="targetPoint" />
          </mxGeometry>
        </mxCell>
        <mxCell id="4Kx2ZGOmUHy-jwn0eLsE-33" parent="1" style="text;html=1;whiteSpace=wrap;strokeColor=none;fillColor=none;align=center;verticalAlign=middle;rounded=0;fontSize=8;" value="&lt;font face=&quot;Comic Sans MS&quot; style=&quot;background-color: rgb(204, 229, 255);&quot;&gt;CLIP (Contrastive Language-Image Pretraining&lt;/font&gt;" vertex="1">
          <mxGeometry height="20" width="190" x="577" y="856" as="geometry" />
        </mxCell>
        <mxCell id="4Kx2ZGOmUHy-jwn0eLsE-34" edge="1" parent="1" source="4Kx2ZGOmUHy-jwn0eLsE-13" style="endArrow=blockThin;html=1;rounded=0;endFill=1;strokeColor=light-dark(#929090, #ededed);strokeWidth=0.75;dashed=1;entryX=0.25;entryY=0;entryDx=0;entryDy=0;exitX=0.5;exitY=1;exitDx=0;exitDy=0;" target="4Kx2ZGOmUHy-jwn0eLsE-33" value="">
          <mxGeometry height="50" relative="1" width="50" as="geometry">
            <mxPoint x="347" y="780" as="sourcePoint" />
            <mxPoint x="397" y="730" as="targetPoint" />
          </mxGeometry>
        </mxCell>
        <mxCell id="4Kx2ZGOmUHy-jwn0eLsE-35" parent="1" style="text;html=1;whiteSpace=wrap;strokeColor=none;fillColor=none;align=center;verticalAlign=middle;rounded=0;fontSize=8;fontStyle=0" value="&lt;font face=&quot;Comic Sans MS&quot; style=&quot;background-color: rgb(204, 204, 255);&quot;&gt;TF-IDF&lt;/font&gt;" vertex="1">
          <mxGeometry height="30" width="60" x="20" y="880" as="geometry" />
        </mxCell>
        <mxCell id="4Kx2ZGOmUHy-jwn0eLsE-36" edge="1" parent="1" source="4Kx2ZGOmUHy-jwn0eLsE-17" style="endArrow=blockThin;html=1;rounded=0;endFill=1;strokeColor=light-dark(#929090, #ededed);strokeWidth=0.75;dashed=1;exitX=0;exitY=1;exitDx=0;exitDy=0;entryX=0.75;entryY=0;entryDx=0;entryDy=0;" target="4Kx2ZGOmUHy-jwn0eLsE-35" value="">
          <mxGeometry height="50" relative="1" width="50" as="geometry">
            <mxPoint x="140" y="780" as="sourcePoint" />
            <mxPoint x="190" y="730" as="targetPoint" />
          </mxGeometry>
        </mxCell>
        <mxCell id="V7DRn1bYesRj_FAgbpVT-1" parent="1" style="rounded=1;whiteSpace=wrap;html=1;strokeColor=#808080;fontFamily=Comic Sans MS;strokeWidth=0.75;fontSize=10;" value="Defining the Problem" vertex="1">
          <mxGeometry height="18" width="105" x="881" y="605" as="geometry" />
        </mxCell>
        <mxCell id="V7DRn1bYesRj_FAgbpVT-5" parent="1" style="rounded=1;whiteSpace=wrap;html=1;strokeColor=#808080;fontFamily=Comic Sans MS;strokeWidth=0.75;fontSize=10;" value="Data Collection" vertex="1">
          <mxGeometry height="19" width="77" x="1017" y="604.5" as="geometry" />
        </mxCell>
        <mxCell id="V7DRn1bYesRj_FAgbpVT-7" parent="1" style="rounded=1;whiteSpace=wrap;html=1;strokeColor=#808080;fontFamily=Comic Sans MS;strokeWidth=0.75;fontSize=10;" value="Preparing the Data" vertex="1">
          <mxGeometry height="18" width="105" x="1121" y="604.5" as="geometry" />
        </mxCell>
        <mxCell id="V7DRn1bYesRj_FAgbpVT-8" parent="1" style="rounded=1;whiteSpace=wrap;html=1;strokeColor=#808080;fontFamily=Comic Sans MS;strokeWidth=0.75;fontSize=10;" value="Assigning Appropriate Model" vertex="1">
          <mxGeometry height="19" width="140" x="1086" y="670" as="geometry" />
        </mxCell>
        <mxCell id="V7DRn1bYesRj_FAgbpVT-9" parent="1" style="rounded=1;whiteSpace=wrap;html=1;strokeColor=#808080;fontFamily=Comic Sans MS;strokeWidth=0.75;fontSize=10;" value="Training the Model" vertex="1">
          <mxGeometry height="19" width="97" x="951" y="670" as="geometry" />
        </mxCell>
        <mxCell id="V7DRn1bYesRj_FAgbpVT-10" parent="1" style="rounded=1;whiteSpace=wrap;html=1;strokeColor=#808080;fontFamily=Comic Sans MS;strokeWidth=0.75;fontSize=10;" value="Evaluating" vertex="1">
          <mxGeometry height="18" width="58" x="870" y="670" as="geometry" />
        </mxCell>
        <mxCell id="V7DRn1bYesRj_FAgbpVT-11" parent="1" style="rounded=1;whiteSpace=wrap;html=1;strokeColor=#808080;fontFamily=Comic Sans MS;strokeWidth=0.75;fontSize=10;" value="(Parameter Tuning" vertex="1">
          <mxGeometry height="18" width="98" x="870" y="720" as="geometry" />
        </mxCell>
        <mxCell id="V7DRn1bYesRj_FAgbpVT-12" edge="1" parent="1" source="V7DRn1bYesRj_FAgbpVT-1" style="endArrow=openThin;html=1;rounded=0;strokeWidth=0.75;endFill=0;strokeColor=#666666;entryX=0;entryY=0.5;entryDx=0;entryDy=0;exitX=1;exitY=0.5;exitDx=0;exitDy=0;" target="V7DRn1bYesRj_FAgbpVT-5" value="">
          <mxGeometry height="50" relative="1" width="50" as="geometry">
            <mxPoint x="955" y="695" as="sourcePoint" />
            <mxPoint x="1005" y="645" as="targetPoint" />
          </mxGeometry>
        </mxCell>
        <mxCell id="V7DRn1bYesRj_FAgbpVT-13" edge="1" parent="1" source="V7DRn1bYesRj_FAgbpVT-5" style="endArrow=openThin;html=1;rounded=0;strokeWidth=0.75;endFill=0;strokeColor=#666666;entryX=0;entryY=0.5;entryDx=0;entryDy=0;exitX=1;exitY=0.5;exitDx=0;exitDy=0;" target="V7DRn1bYesRj_FAgbpVT-7" value="">
          <mxGeometry height="50" relative="1" width="50" as="geometry">
            <mxPoint x="955" y="695" as="sourcePoint" />
            <mxPoint x="1005" y="645" as="targetPoint" />
          </mxGeometry>
        </mxCell>
        <mxCell id="V7DRn1bYesRj_FAgbpVT-14" edge="1" parent="1" source="V7DRn1bYesRj_FAgbpVT-7" style="endArrow=openThin;html=1;rounded=0;strokeWidth=0.75;endFill=0;strokeColor=#666666;exitX=0.75;exitY=1;exitDx=0;exitDy=0;entryX=0.814;entryY=0;entryDx=0;entryDy=0;entryPerimeter=0;" target="V7DRn1bYesRj_FAgbpVT-8" value="">
          <mxGeometry height="50" relative="1" width="50" as="geometry">
            <mxPoint x="1179" y="652" as="sourcePoint" />
            <mxPoint x="1229" y="602" as="targetPoint" />
          </mxGeometry>
        </mxCell>
        <mxCell id="V7DRn1bYesRj_FAgbpVT-15" edge="1" parent="1" source="V7DRn1bYesRj_FAgbpVT-8" style="endArrow=openThin;html=1;rounded=0;strokeWidth=0.75;endFill=0;strokeColor=#666666;exitX=0;exitY=0.5;exitDx=0;exitDy=0;entryX=1;entryY=0.5;entryDx=0;entryDy=0;" target="V7DRn1bYesRj_FAgbpVT-9" value="">
          <mxGeometry height="50" relative="1" width="50" as="geometry">
            <mxPoint x="1020" y="652" as="sourcePoint" />
            <mxPoint x="1070" y="602" as="targetPoint" />
          </mxGeometry>
        </mxCell>
        <mxCell id="V7DRn1bYesRj_FAgbpVT-16" edge="1" parent="1" source="V7DRn1bYesRj_FAgbpVT-9" style="endArrow=openThin;html=1;rounded=0;strokeWidth=0.75;endFill=0;strokeColor=#666666;exitX=0;exitY=0.5;exitDx=0;exitDy=0;entryX=1;entryY=0.5;entryDx=0;entryDy=0;" target="V7DRn1bYesRj_FAgbpVT-10" value="">
          <mxGeometry height="50" relative="1" width="50" as="geometry">
            <mxPoint x="884" y="652" as="sourcePoint" />
            <mxPoint x="934" y="602" as="targetPoint" />
          </mxGeometry>
        </mxCell>
        <mxCell id="V7DRn1bYesRj_FAgbpVT-17" edge="1" parent="1" source="V7DRn1bYesRj_FAgbpVT-10" style="endArrow=openThin;html=1;rounded=0;strokeWidth=0.75;endFill=0;strokeColor=#666666;entryX=0.296;entryY=0.028;entryDx=0;entryDy=0;entryPerimeter=0;exitX=0.5;exitY=1;exitDx=0;exitDy=0;" target="V7DRn1bYesRj_FAgbpVT-11" value="">
          <mxGeometry height="50" relative="1" width="50" as="geometry">
            <mxPoint x="845" y="614" as="sourcePoint" />
            <mxPoint x="895" y="564" as="targetPoint" />
          </mxGeometry>
        </mxCell>
        <mxCell id="V7DRn1bYesRj_FAgbpVT-18" parent="1" style="text;html=1;whiteSpace=wrap;strokeColor=none;fillColor=none;align=center;verticalAlign=middle;rounded=0;fontFamily=Comic Sans MS;fontSize=10;" value="&lt;span style=&quot;background-color: rgb(204, 255, 204);&quot;&gt;training data&lt;/span&gt;" vertex="1">
          <mxGeometry height="15" width="60" x="1065" y="641" as="geometry" />
        </mxCell>
        <mxCell id="V7DRn1bYesRj_FAgbpVT-19" parent="1" style="text;html=1;whiteSpace=wrap;strokeColor=none;fillColor=none;align=center;verticalAlign=middle;rounded=0;fontFamily=Comic Sans MS;fontSize=10;" value="&lt;span style=&quot;background-color: rgb(255, 230, 204);&quot;&gt;validation data&lt;/span&gt;" vertex="1">
          <mxGeometry height="15" width="69" x="1122" y="641" as="geometry" />
        </mxCell>
        <mxCell id="V7DRn1bYesRj_FAgbpVT-20" edge="1" parent="1" source="V7DRn1bYesRj_FAgbpVT-7" style="endArrow=blockThin;html=1;rounded=0;strokeColor=#808080;endFill=1;strokeWidth=0.65;exitX=0.5;exitY=1;exitDx=0;exitDy=0;entryX=0.5;entryY=0;entryDx=0;entryDy=0;dashed=1;" target="V7DRn1bYesRj_FAgbpVT-19" value="">
          <mxGeometry height="50" relative="1" width="50" as="geometry">
            <mxPoint x="1039" y="571" as="sourcePoint" />
            <mxPoint x="1014" y="531" as="targetPoint" />
          </mxGeometry>
        </mxCell>
        <mxCell id="V7DRn1bYesRj_FAgbpVT-21" edge="1" parent="1" source="V7DRn1bYesRj_FAgbpVT-7" style="endArrow=blockThin;html=1;rounded=0;strokeColor=#808080;endFill=1;strokeWidth=0.65;exitX=0.5;exitY=1;exitDx=0;exitDy=0;entryX=0.5;entryY=0;entryDx=0;entryDy=0;dashed=1;" target="V7DRn1bYesRj_FAgbpVT-18" value="">
          <mxGeometry height="50" relative="1" width="50" as="geometry">
            <mxPoint x="1039" y="571" as="sourcePoint" />
            <mxPoint x="1014" y="531" as="targetPoint" />
          </mxGeometry>
        </mxCell>
        <mxCell id="V7DRn1bYesRj_FAgbpVT-22" parent="1" style="text;html=1;whiteSpace=wrap;strokeColor=none;fillColor=none;align=center;verticalAlign=middle;rounded=0;fontFamily=Comic Sans MS;fontSize=10;" value="&lt;span style=&quot;background-color: rgb(204, 229, 255);&quot;&gt;Supervised Learning&lt;/span&gt;" vertex="1">
          <mxGeometry height="18" width="100" x="1137" y="711" as="geometry" />
        </mxCell>
        <mxCell id="V7DRn1bYesRj_FAgbpVT-23" parent="1" style="text;html=1;whiteSpace=wrap;strokeColor=none;fillColor=none;align=center;verticalAlign=middle;rounded=0;fontFamily=Comic Sans MS;fontSize=10;" value="&lt;span style=&quot;background-color: rgb(204, 255, 204);&quot;&gt;Unsupervised Learning&lt;/span&gt;" vertex="1">
          <mxGeometry height="21" width="112" x="1137" y="739" as="geometry" />
        </mxCell>
        <mxCell id="V7DRn1bYesRj_FAgbpVT-24" parent="1" style="text;html=1;whiteSpace=wrap;strokeColor=none;fillColor=none;align=center;verticalAlign=middle;rounded=0;fontFamily=Comic Sans MS;fontSize=10;" value="&lt;span style=&quot;background-color: rgb(255, 204, 204);&quot;&gt;Reinforcement Learning&lt;/span&gt;" vertex="1">
          <mxGeometry height="19" width="118" x="1137" y="770" as="geometry" />
        </mxCell>
        <mxCell id="V7DRn1bYesRj_FAgbpVT-25" parent="1" style="text;html=1;whiteSpace=wrap;strokeColor=none;fillColor=none;align=center;verticalAlign=middle;rounded=0;fontFamily=Comic Sans MS;fontSize=10;" value="&lt;span style=&quot;background-color: rgb(255, 255, 204);&quot;&gt;Neural Networks &amp;amp; Deep Learning&lt;/span&gt;" vertex="1">
          <mxGeometry height="18" width="160" x="1137" y="806" as="geometry" />
        </mxCell>
        <mxCell id="V7DRn1bYesRj_FAgbpVT-26" edge="1" parent="1" source="V7DRn1bYesRj_FAgbpVT-8" style="endArrow=blockThin;html=1;rounded=0;strokeColor=#808080;endFill=1;strokeWidth=0.5;exitX=0.25;exitY=1;exitDx=0;exitDy=0;entryX=0;entryY=0.5;entryDx=0;entryDy=0;" target="V7DRn1bYesRj_FAgbpVT-22" value="">
          <mxGeometry height="50" relative="1" width="50" as="geometry">
            <Array as="points">
              <mxPoint x="1121" y="720" />
            </Array>
            <mxPoint x="1103" y="744" as="sourcePoint" />
            <mxPoint x="1207" y="654" as="targetPoint" />
          </mxGeometry>
        </mxCell>
        <mxCell id="V7DRn1bYesRj_FAgbpVT-27" edge="1" parent="1" source="V7DRn1bYesRj_FAgbpVT-8" style="endArrow=blockThin;html=1;rounded=0;strokeColor=#808080;endFill=1;strokeWidth=0.5;entryX=0;entryY=0.5;entryDx=0;entryDy=0;exitX=0.25;exitY=1;exitDx=0;exitDy=0;" target="V7DRn1bYesRj_FAgbpVT-23" value="">
          <mxGeometry height="50" relative="1" width="50" as="geometry">
            <Array as="points">
              <mxPoint x="1121" y="750" />
            </Array>
            <mxPoint x="1120" y="690" as="sourcePoint" />
            <mxPoint x="1194" y="650" as="targetPoint" />
          </mxGeometry>
        </mxCell>
        <mxCell id="V7DRn1bYesRj_FAgbpVT-28" edge="1" parent="1" source="V7DRn1bYesRj_FAgbpVT-8" style="endArrow=blockThin;html=1;rounded=0;strokeColor=#808080;endFill=1;strokeWidth=0.5;exitX=0.25;exitY=1;exitDx=0;exitDy=0;entryX=0;entryY=0.5;entryDx=0;entryDy=0;" target="V7DRn1bYesRj_FAgbpVT-24" value="">
          <mxGeometry height="50" relative="1" width="50" as="geometry">
            <Array as="points">
              <mxPoint x="1121" y="780" />
            </Array>
            <mxPoint x="1110" y="790" as="sourcePoint" />
            <mxPoint x="1214" y="700" as="targetPoint" />
          </mxGeometry>
        </mxCell>
        <mxCell id="V7DRn1bYesRj_FAgbpVT-31" edge="1" parent="1" source="V7DRn1bYesRj_FAgbpVT-8" style="endArrow=blockThin;html=1;rounded=0;strokeColor=#808080;endFill=1;strokeWidth=0.5;exitX=0.25;exitY=1;exitDx=0;exitDy=0;entryX=0;entryY=0.5;entryDx=0;entryDy=0;" target="V7DRn1bYesRj_FAgbpVT-25" value="">
          <mxGeometry height="50" relative="1" width="50" as="geometry">
            <Array as="points">
              <mxPoint x="1121" y="815" />
            </Array>
            <mxPoint x="1070" y="790" as="sourcePoint" />
            <mxPoint x="1174" y="700" as="targetPoint" />
          </mxGeometry>
        </mxCell>
        <mxCell id="V7DRn1bYesRj_FAgbpVT-33" parent="1" style="rounded=0;whiteSpace=wrap;html=1;fontFamily=Comic Sans MS;strokeWidth=0.5;strokeColor=#808080;align=left;verticalAlign=top;fontSize=10;" value="CNN,&amp;nbsp;RNN / LSTM" vertex="1">
          <mxGeometry height="30" width="180" x="1340" y="826" as="geometry" />
        </mxCell>
        <mxCell id="V7DRn1bYesRj_FAgbpVT-35" parent="1" style="rounded=0;whiteSpace=wrap;html=1;fontFamily=Comic Sans MS;strokeWidth=0.5;strokeColor=#808080;align=left;verticalAlign=top;fontSize=10;" value="Q-Learning, Deep Q-Network (DQN)." vertex="1">
          <mxGeometry height="30" width="180" x="1340" y="786" as="geometry" />
        </mxCell>
        <mxCell id="V7DRn1bYesRj_FAgbpVT-36" parent="1" style="rounded=0;whiteSpace=wrap;html=1;fontFamily=Comic Sans MS;strokeWidth=0.5;strokeColor=#808080;align=left;verticalAlign=top;fontSize=10;" value="Clustering :&amp;nbsp;K-Means, DBSCAN&lt;br&gt;Dimensionality Reduction:&amp;nbsp;PCA" vertex="1">
          <mxGeometry height="30" width="180" x="1340" y="739.5" as="geometry" />
        </mxCell>
        <mxCell id="V7DRn1bYesRj_FAgbpVT-37" parent="1" style="rounded=0;whiteSpace=wrap;html=1;fontFamily=Comic Sans MS;strokeWidth=0.5;strokeColor=#808080;align=left;verticalAlign=top;fontSize=10;" value="Regression :&amp;nbsp;Linear Regression&lt;div&gt;Classification : Logistic Regression, Decision Trees, Random Forest,SVM - Support Vector Machine&lt;/div&gt;" vertex="1">
          <mxGeometry height="48" width="220" x="1340" y="679.25" as="geometry" />
        </mxCell>
        <mxCell id="V7DRn1bYesRj_FAgbpVT-39" edge="1" parent="1" source="V7DRn1bYesRj_FAgbpVT-22" style="endArrow=blockThin;html=1;rounded=0;strokeColor=#808080;endFill=1;strokeWidth=0.65;exitX=1;exitY=0.5;exitDx=0;exitDy=0;entryX=0;entryY=0.25;entryDx=0;entryDy=0;dashed=1;" target="V7DRn1bYesRj_FAgbpVT-37" value="">
          <mxGeometry height="50" relative="1" width="50" as="geometry">
            <mxPoint x="1285" y="760" as="sourcePoint" />
            <mxPoint x="1260" y="720" as="targetPoint" />
          </mxGeometry>
        </mxCell>
        <mxCell id="V7DRn1bYesRj_FAgbpVT-40" edge="1" parent="1" source="V7DRn1bYesRj_FAgbpVT-23" style="endArrow=blockThin;html=1;rounded=0;strokeColor=#808080;endFill=1;strokeWidth=0.65;exitX=1;exitY=0.5;exitDx=0;exitDy=0;entryX=0;entryY=0.25;entryDx=0;entryDy=0;dashed=1;" target="V7DRn1bYesRj_FAgbpVT-36" value="">
          <mxGeometry height="50" relative="1" width="50" as="geometry">
            <mxPoint x="1285" y="760" as="sourcePoint" />
            <mxPoint x="1260" y="720" as="targetPoint" />
          </mxGeometry>
        </mxCell>
        <mxCell id="V7DRn1bYesRj_FAgbpVT-41" edge="1" parent="1" source="V7DRn1bYesRj_FAgbpVT-24" style="endArrow=blockThin;html=1;rounded=0;strokeColor=#808080;endFill=1;strokeWidth=0.65;exitX=1;exitY=0.5;exitDx=0;exitDy=0;entryX=0;entryY=0.25;entryDx=0;entryDy=0;dashed=1;" target="V7DRn1bYesRj_FAgbpVT-35" value="">
          <mxGeometry height="50" relative="1" width="50" as="geometry">
            <mxPoint x="1285" y="760" as="sourcePoint" />
            <mxPoint x="1260" y="720" as="targetPoint" />
          </mxGeometry>
        </mxCell>
        <mxCell id="V7DRn1bYesRj_FAgbpVT-42" edge="1" parent="1" source="V7DRn1bYesRj_FAgbpVT-25" style="endArrow=blockThin;html=1;rounded=0;strokeColor=#808080;endFill=1;strokeWidth=0.65;exitX=1;exitY=0.5;exitDx=0;exitDy=0;entryX=0;entryY=0.25;entryDx=0;entryDy=0;dashed=1;" target="V7DRn1bYesRj_FAgbpVT-33" value="">
          <mxGeometry height="50" relative="1" width="50" as="geometry">
            <mxPoint x="1285" y="760" as="sourcePoint" />
            <mxPoint x="1260" y="720" as="targetPoint" />
          </mxGeometry>
        </mxCell>
        <mxCell id="V7DRn1bYesRj_FAgbpVT-44" parent="1" style="rounded=0;whiteSpace=wrap;html=1;fontFamily=Comic Sans MS;strokeWidth=0.5;strokeColor=#808080;align=left;verticalAlign=top;fontSize=10;" value="Feed datasets to the algorithm so it can learn. Continuous training helps the algorithm adjust its weights and improve its predictive capabilities" vertex="1">
          <mxGeometry height="75" width="133" x="980" y="720" as="geometry" />
        </mxCell>
        <mxCell id="V7DRn1bYesRj_FAgbpVT-45" edge="1" parent="1" source="V7DRn1bYesRj_FAgbpVT-9" style="endArrow=blockThin;html=1;rounded=0;strokeColor=#808080;endFill=1;strokeWidth=0.65;exitX=0.75;exitY=1;exitDx=0;exitDy=0;entryX=0.25;entryY=0;entryDx=0;entryDy=0;dashed=1;" target="V7DRn1bYesRj_FAgbpVT-44" value="">
          <mxGeometry height="50" relative="1" width="50" as="geometry">
            <mxPoint x="1015" y="690" as="sourcePoint" />
            <mxPoint x="990" y="650" as="targetPoint" />
          </mxGeometry>
        </mxCell>
-         <mxCell id="V7DRn1bYesRj_FAgbpVT-46" parent="1" style="rounded=0;whiteSpace=wrap;html=1;fontFamily=Comic Sans MS;strokeWidth=0.5;strokeColor=#808080;align=left;verticalAlign=top;fontSize=10;" value="Adjust the hyperparameters for optimization, helping the model achieve the highest possible accuracy" vertex="1">
+         <mxCell id="V7DRn1bYesRj_FAgbpVT-46" parent="1" style="rounded=0;whiteSpace=wrap;html=1;fontFamily=Comic Sans MS;strokeWidth=0.5;strokeColor=#808080;align=left;verticalAlign=top;fontSize=10;" value="Adjust the &lt;u&gt;hyperparameters&lt;/u&gt; for optimization, helping the model achieve the highest possible accuracy" vertex="1">
          <mxGeometry height="60" width="130" x="798" y="760" as="geometry" />
        </mxCell>
        <mxCell id="V7DRn1bYesRj_FAgbpVT-47" edge="1" parent="1" source="V7DRn1bYesRj_FAgbpVT-11" style="endArrow=blockThin;html=1;rounded=0;strokeColor=#808080;endFill=1;strokeWidth=0.65;exitX=0.25;exitY=1;exitDx=0;exitDy=0;entryX=0.75;entryY=0;entryDx=0;entryDy=0;dashed=1;" target="V7DRn1bYesRj_FAgbpVT-46" value="">
          <mxGeometry height="50" relative="1" width="50" as="geometry">
            <mxPoint x="1015" y="750" as="sourcePoint" />
            <mxPoint x="990" y="710" as="targetPoint" />
          </mxGeometry>
        </mxCell>
        <mxCell id="V7DRn1bYesRj_FAgbpVT-48" parent="1" style="text;html=1;whiteSpace=wrap;strokeColor=none;fillColor=none;align=center;verticalAlign=middle;rounded=0;fontFamily=Comic Sans MS;fontSize=8;" value="&lt;span style=&quot;background-color: rgb(204, 255, 204);&quot;&gt;Input Data&lt;/span&gt;" vertex="1">
          <mxGeometry height="20" width="60" x="850" y="632.25" as="geometry" />
        </mxCell>
        <mxCell id="V7DRn1bYesRj_FAgbpVT-49" parent="1" style="text;html=1;whiteSpace=wrap;strokeColor=none;fillColor=none;align=center;verticalAlign=middle;rounded=0;fontFamily=Comic Sans MS;fontSize=8;" value="&lt;span style=&quot;background-color: rgb(204, 255, 255);&quot;&gt;Problem Statement&lt;/span&gt;" vertex="1">
          <mxGeometry height="20" width="90" x="850" y="621.25" as="geometry" />
        </mxCell>
        <mxCell id="V7DRn1bYesRj_FAgbpVT-50" parent="1" style="text;html=1;whiteSpace=wrap;strokeColor=none;fillColor=none;align=center;verticalAlign=middle;rounded=0;fontFamily=Comic Sans MS;fontSize=8;" value="&lt;span style=&quot;background-color: rgb(255, 230, 204);&quot;&gt;Model Objective / Goal&lt;/span&gt;" vertex="1">
          <mxGeometry height="16.75" width="110.5" x="910.75" y="622.88" as="geometry" />
        </mxCell>
        <mxCell id="V7DRn1bYesRj_FAgbpVT-51" parent="1" style="text;html=1;whiteSpace=wrap;strokeColor=none;fillColor=none;align=center;verticalAlign=middle;rounded=0;fontFamily=Comic Sans MS;fontSize=8;" value="&lt;span style=&quot;background-color: rgb(255, 255, 204);&quot;&gt;Features / Attributes&lt;/span&gt;" vertex="1">
          <mxGeometry height="20" width="100" x="885" y="633" as="geometry" />
        </mxCell>
        <mxCell id="V7DRn1bYesRj_FAgbpVT-52" parent="1" style="text;html=1;whiteSpace=wrap;strokeColor=none;fillColor=none;align=center;verticalAlign=middle;rounded=0;fontFamily=Comic Sans MS;fontSize=8;" value="&lt;span style=&quot;background-color: rgb(255, 204, 230);&quot;&gt;Independent Variables&lt;/span&gt;" vertex="1">
          <mxGeometry height="20" width="100" x="957" y="633" as="geometry" />
        </mxCell>
        <mxCell id="V7DRn1bYesRj_FAgbpVT-53" parent="1" style="text;html=1;whiteSpace=wrap;strokeColor=none;fillColor=none;align=center;verticalAlign=middle;rounded=0;fontFamily=Comic Sans MS;fontSize=8;" value="&lt;span style=&quot;background-color: rgb(255, 204, 204);&quot;&gt;Target Variable&lt;/span&gt;" vertex="1">
          <mxGeometry height="20" width="60" x="857" y="644" as="geometry" />
        </mxCell>
        <mxCell id="V7DRn1bYesRj_FAgbpVT-54" parent="1" style="text;html=1;whiteSpace=wrap;strokeColor=none;fillColor=none;align=center;verticalAlign=middle;rounded=0;fontFamily=Comic Sans MS;fontSize=8;" value="&lt;span style=&quot;background-color: rgb(204, 255, 204);&quot;&gt;Label&lt;/span&gt;" vertex="1">
          <mxGeometry height="12" width="25" x="910.75" y="648" as="geometry" />
        </mxCell>
        <mxCell id="V7DRn1bYesRj_FAgbpVT-55" parent="1" style="text;html=1;whiteSpace=wrap;strokeColor=none;fillColor=none;align=center;verticalAlign=middle;rounded=0;fontFamily=Comic Sans MS;fontSize=8;" value="&lt;span style=&quot;background-color: rgb(204, 204, 255);&quot;&gt;Expected Output&lt;/span&gt;" vertex="1">
          <mxGeometry height="15" width="65" x="929.5" y="646.5" as="geometry" />
        </mxCell>
        <mxCell id="V7DRn1bYesRj_FAgbpVT-56" parent="1" style="text;html=1;whiteSpace=wrap;strokeColor=none;fillColor=none;align=center;verticalAlign=middle;rounded=0;fontFamily=Comic Sans MS;fontSize=8;" value="&lt;span style=&quot;background-color: rgb(204, 255, 255);&quot;&gt;Dependent Variable&lt;/span&gt;" vertex="1">
          <mxGeometry height="18" width="75" x="985" y="645" as="geometry" />
        </mxCell>
      </root>
    </mxGraphModel>
  </diagram>
</mxfile>
